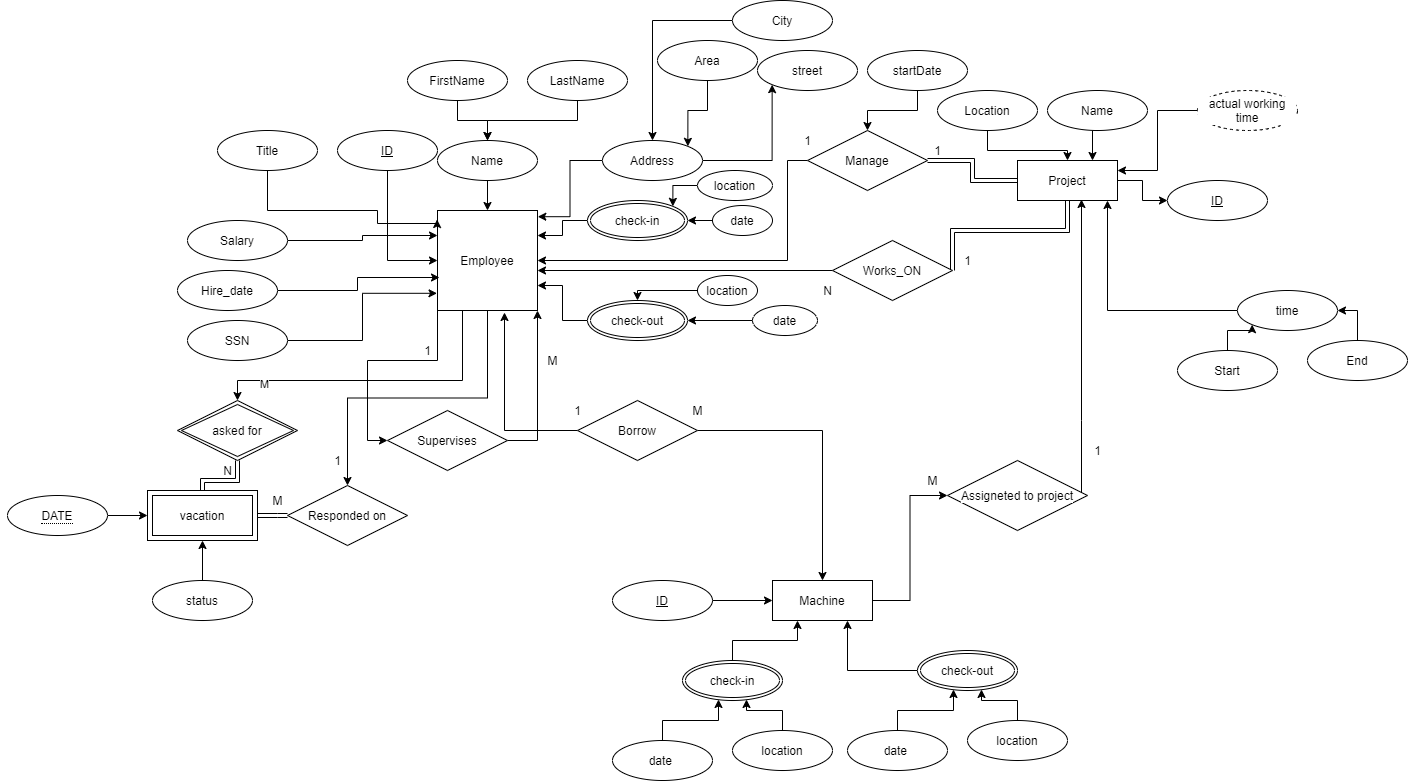
Above: ERD.png in aymanred121/IGEC-Logging-App-Project (draw.io), before the change. Source tidied: cells renumbered, new cells last; positions are measured from the earlier drawing's top-left corner, leaving out a move shared by most shapes.
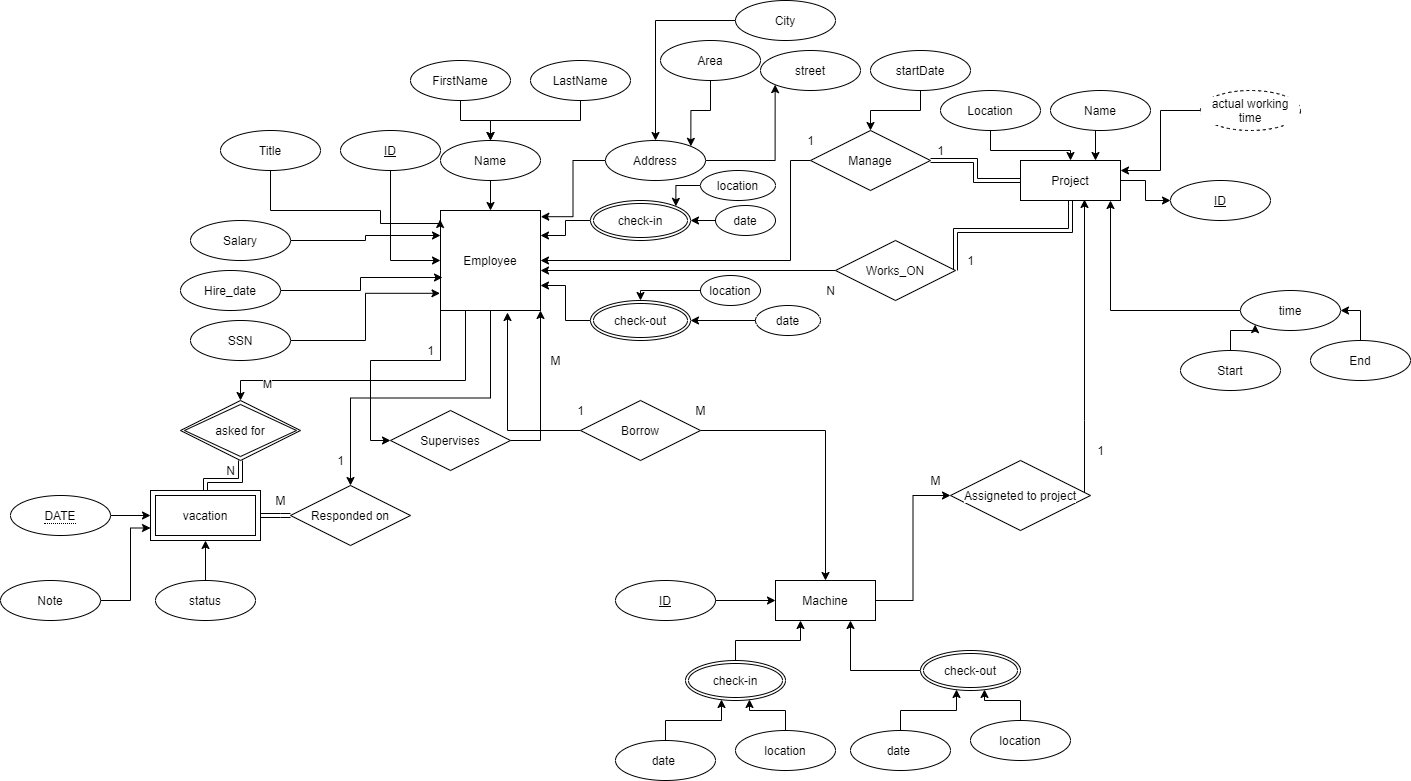
After the commit.

The edit, as a diff of the source:
```diff
@@ -384,5 +384,16 @@
     <mxCell id="111" value="location" style="ellipse;whiteSpace=wrap;html=1;align=center;labelBackgroundColor=default;fontColor=default;strokeColor=default;fillColor=default;" parent="1" vertex="1">
       <mxGeometry x="960" y="720" width="100" height="40" as="geometry" />
     </mxCell>
+    <mxCell id="112" style="edgeStyle=orthogonalEdgeStyle;rounded=0;jettySize=auto;html=1;entryX=0;entryY=0.75;entryDx=0;entryDy=0;" parent="1" edge="1" source="113" target="82">
+      <mxGeometry relative="1" as="geometry">
+        <Array as="points">
+          <mxPoint x="120" y="600" />
+          <mxPoint x="120" y="528" />
+        </Array>
+      </mxGeometry>
+    </mxCell>
+    <mxCell id="113" value="Note" style="ellipse;whiteSpace=wrap;html=1;align=center;" parent="1" vertex="1">
+      <mxGeometry x="-10" y="580" width="100" height="40" as="geometry" />
+    </mxCell>
   </root>
 </mxGraphModel>
```
